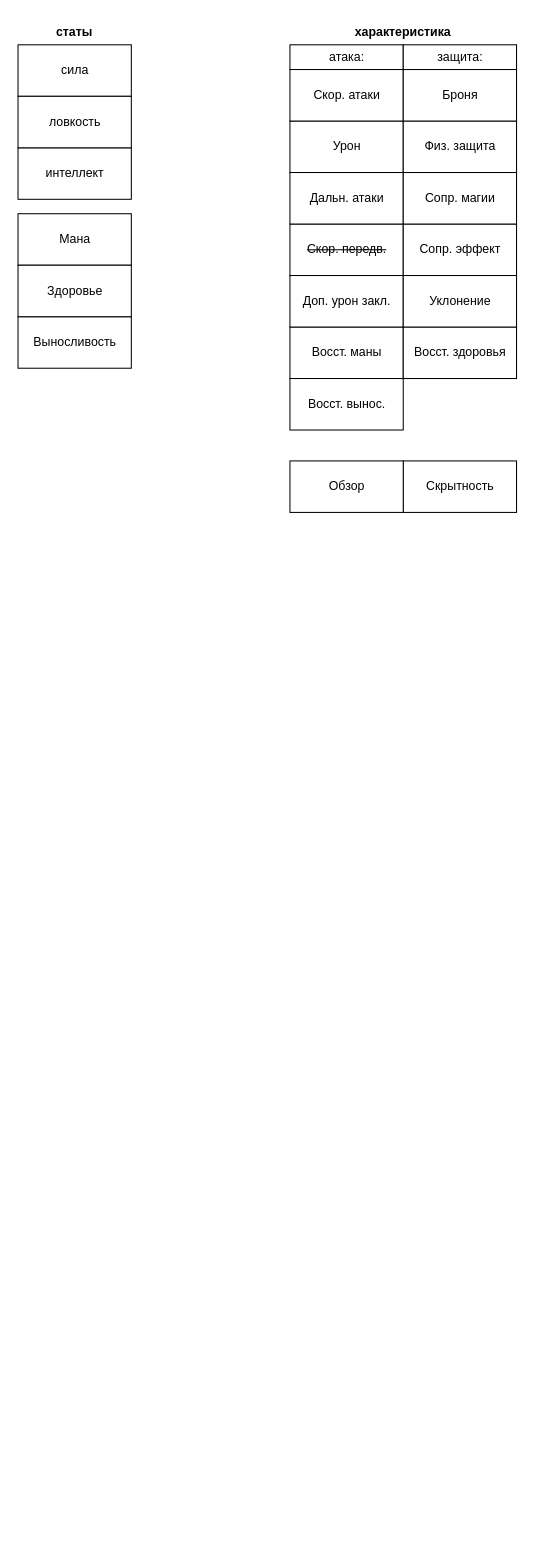
This is page "statistics and characteristics" (13 of 14) of Architecture.drawio from PhoenixVRN/Mafia, a draw.io file, before an edit. Source tidied: cells renumbered, new cells numbered last; positions are measured from the earlier drawing's top-left corner, leaving out a move shared by most shapes. Both pictures are drawn from the tidied source at 103%, with x=0, y=0 at pixel (18, 18).
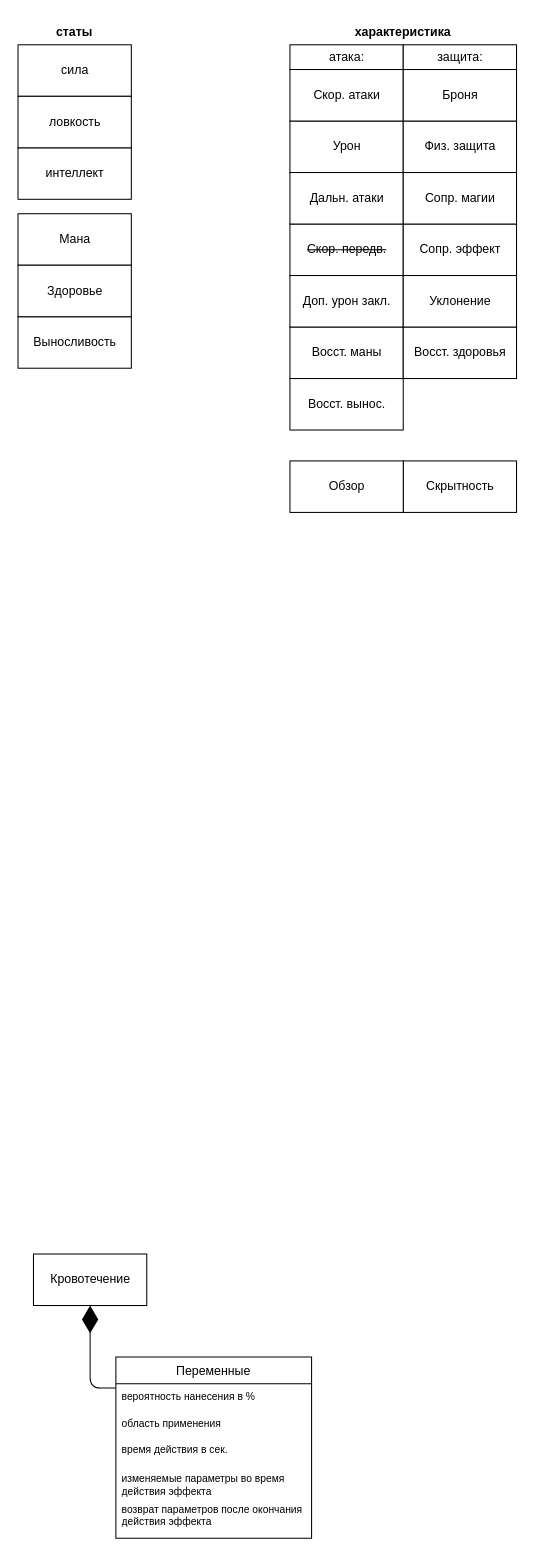
The same page after the edit.

Diff of the diagram source:
```diff
@@
+    <mxCell id="27" value="Кровотечение" style="html=1;" parent="1" vertex="1">
+      <mxGeometry x="15" y="1200" width="110" height="50" as="geometry" />
+    </mxCell>
@@
+    <mxCell id="28" style="endArrow=diamondThin;endFill=1;endSize=24;html=1;entryX=0.5;entryY=1;entryDx=0;entryDy=0;" parent="1" edge="1" target="27">
+      <mxGeometry relative="1" as="geometry">
+        <mxPoint x="95" y="1330" as="sourcePoint" />
+        <Array as="points">
+          <mxPoint x="70" y="1330" />
+        </Array>
+      </mxGeometry>
+    </mxCell>
+    <mxCell id="29" value="Переменные" style="swimlane;fontStyle=0;horizontal=1;startSize=26;fillColor=none;" parent="1" vertex="1">
+      <mxGeometry x="95" y="1300" width="190" height="176" as="geometry" />
+    </mxCell>
+    <mxCell id="30" value="вероятность нанесения в %" style="text;strokeColor=none;fillColor=none;align=left;verticalAlign=top;spacingLeft=4;spacingRight=4;overflow=hidden;fontSize=10;" parent="29" vertex="1">
+      <mxGeometry y="26" width="190" height="26" as="geometry" />
+    </mxCell>
+    <mxCell id="31" value="область применения " style="text;strokeColor=none;fillColor=none;align=left;verticalAlign=top;spacingLeft=4;spacingRight=4;overflow=hidden;fontSize=10;" parent="29" vertex="1">
+      <mxGeometry y="52" width="190" height="26" as="geometry" />
+    </mxCell>
+    <mxCell id="32" value="время действия в сек." style="text;strokeColor=none;fillColor=none;align=left;verticalAlign=top;spacingLeft=4;spacingRight=4;overflow=hidden;fontSize=10;" parent="29" vertex="1">
+      <mxGeometry y="78" width="190" height="28" as="geometry" />
+    </mxCell>
+    <mxCell id="33" value="изменяемые параметры во время действия эффекта" style="text;strokeColor=none;fillColor=none;align=left;verticalAlign=top;spacingLeft=4;spacingRight=4;overflow=hidden;fontSize=10;whiteSpace=wrap;" parent="29" vertex="1">
+      <mxGeometry y="106" width="190" height="30" as="geometry" />
+    </mxCell>
+    <mxCell id="34" value="возврат параметров после окончания действия эффекта" style="text;strokeColor=none;fillColor=none;align=left;verticalAlign=top;spacingLeft=4;spacingRight=4;overflow=hidden;fontSize=10;whiteSpace=wrap;" parent="29" vertex="1">
+      <mxGeometry y="136" width="190" height="40" as="geometry" />
+    </mxCell>
```
